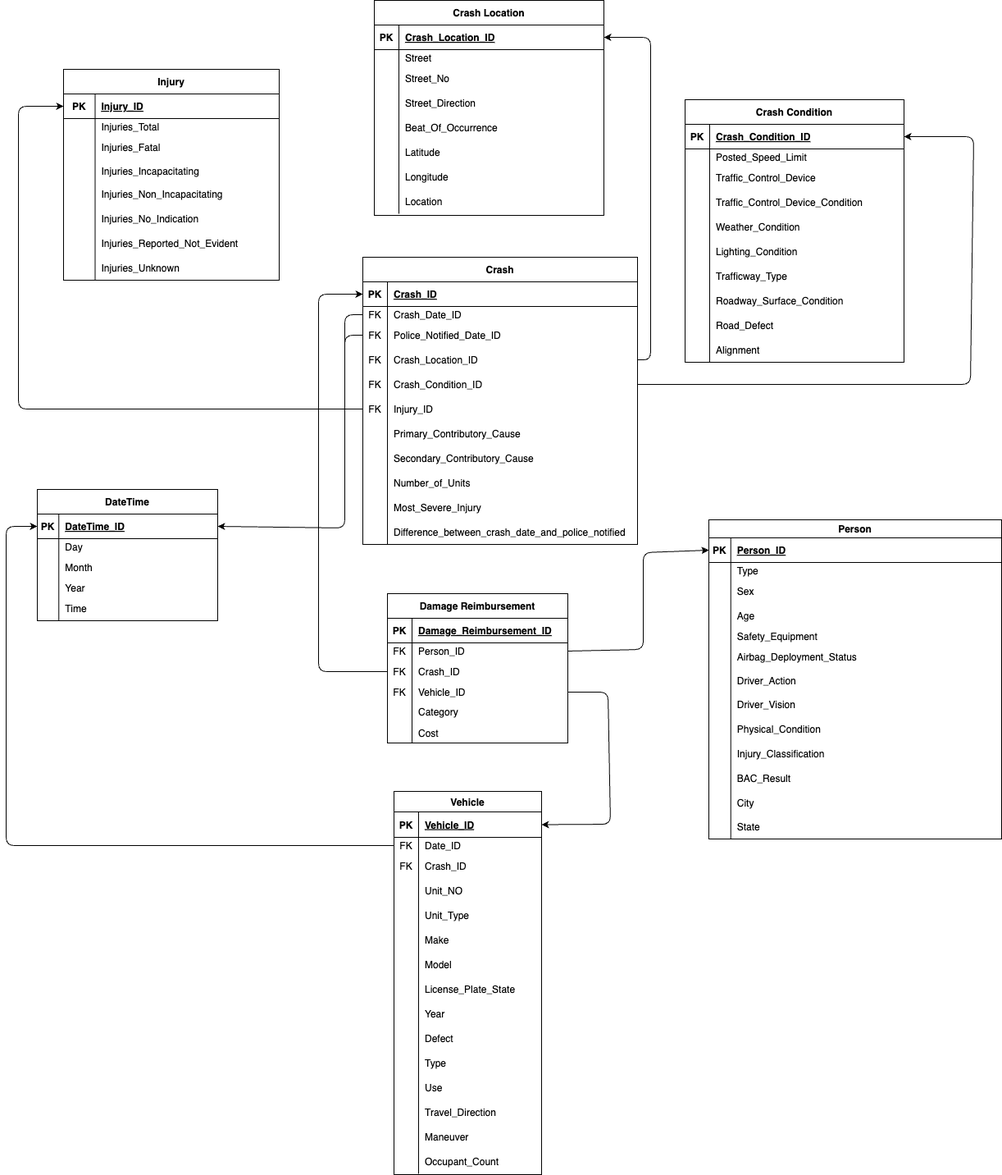
Before: Data Warehouse Schema/DW Schema.png, a diagram exported from draw.io (SaraHoxha/lds-dw-modelling). Source tidied: cells renumbered, new cells last; positions are measured from the earlier drawing's top-left corner, leaving out a move shared by most shapes.
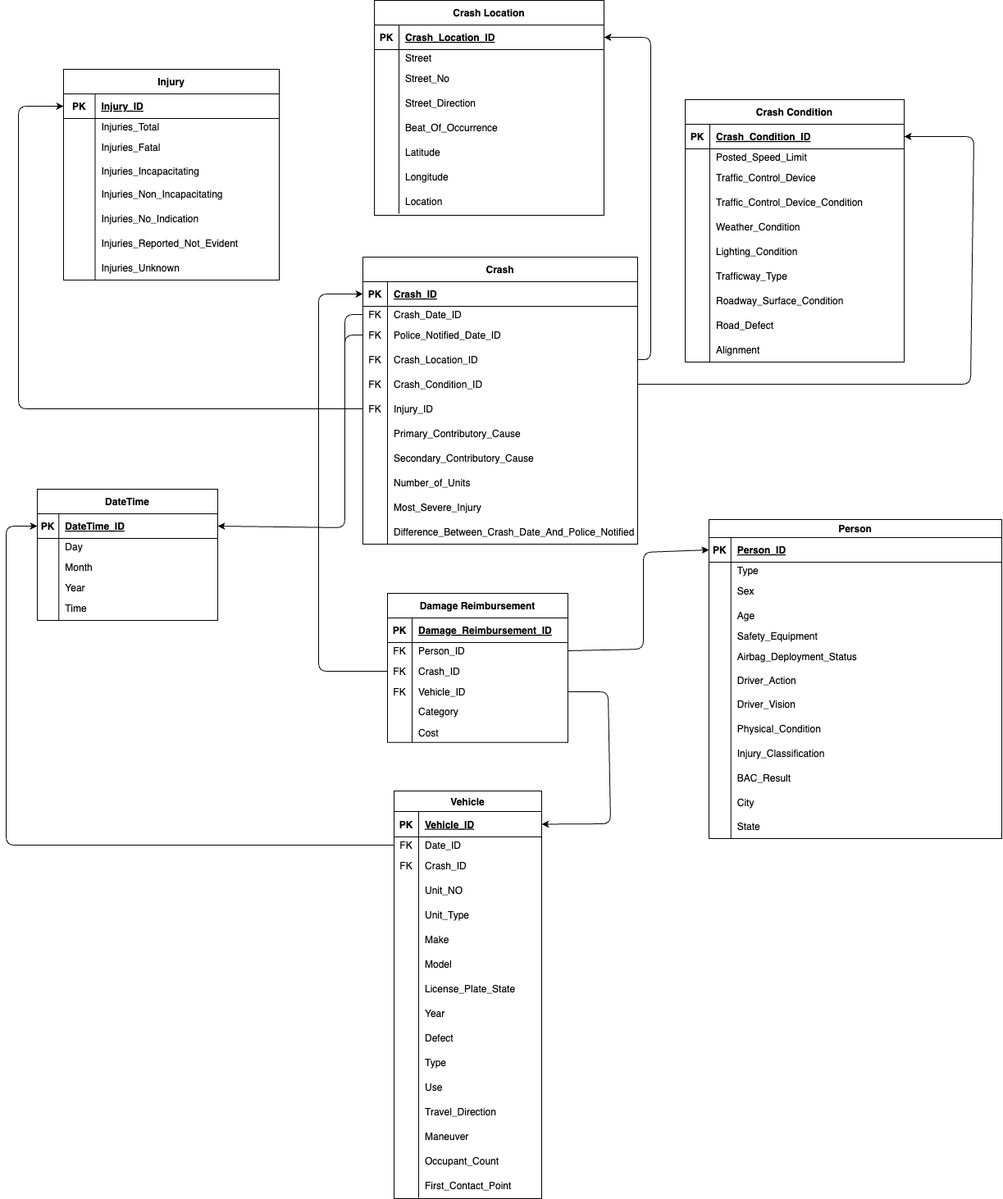
The same diagram one commit later.

Diff of the diagram source:
```diff
@@ -216,7 +216,7 @@
       <mxGeometry x="30" width="237" height="30" as="geometry" />
     </mxCell>
     <mxCell id="73" value="Damage Reimbursement" style="shape=table;startSize=30;rowLines=0;fontStyle=1;align=center;" parent="1" vertex="1">
-      <mxGeometry x="465" y="723" width="220" height="182" as="geometry" />
+      <mxGeometry x="465" y="723" width="220" height="181.8" as="geometry" />
     </mxCell>
     <mxCell id="74" style="shape=tableRow;horizontal=0;startSize=0;swimlaneHead=0;swimlaneBody=0;fillColor=none;top=0;left=0;right=0;bottom=1;" parent="73" vertex="1">
       <mxGeometry y="30" width="220" height="30" as="geometry" />
@@ -273,7 +273,7 @@
       <mxGeometry x="30" width="190" height="25" as="geometry" />
     </mxCell>
     <mxCell id="92" value="Vehicle" style="shape=table;startSize=25;rowLines=0;fontStyle=1;align=center;" parent="1" vertex="1">
-      <mxGeometry x="473" y="964" width="180" height="467" as="geometry" />
+      <mxGeometry x="473" y="964" width="180" height="497" as="geometry" />
     </mxCell>
     <mxCell id="93" style="shape=tableRow;horizontal=0;startSize=0;swimlaneHead=0;swimlaneBody=0;fillColor=none;points=[[0,0.5],[1,0.5]];portConstraint=eastwest;top=0;left=0;right=0;bottom=1;" parent="92" vertex="1">
       <mxGeometry y="25" width="180" height="31" as="geometry" />
@@ -410,6 +410,15 @@
     <mxCell id="137" value="Occupant_Count" style="shape=partialRectangle;fillColor=none;top=0;left=0;bottom=0;right=0;align=left;spacingLeft=6;overflow=hidden;" parent="135" vertex="1">
       <mxGeometry x="30" width="150" height="30" as="geometry" />
     </mxCell>
+    <mxCell id="247" style="shape=tableRow;horizontal=0;startSize=0;swimlaneHead=0;swimlaneBody=0;fillColor=none;top=0;left=0;right=0;bottom=0;" parent="92" vertex="1">
+      <mxGeometry y="466" width="180" height="30" as="geometry" />
+    </mxCell>
+    <mxCell id="248" style="shape=partialRectangle;fillColor=none;top=0;left=0;bottom=0;right=0;overflow=hidden;" parent="247" vertex="1">
+      <mxGeometry width="30" height="30" as="geometry" />
+    </mxCell>
+    <mxCell id="249" value="First_Contact_Point" style="shape=partialRectangle;fillColor=none;top=0;left=0;bottom=0;right=0;align=left;spacingLeft=6;overflow=hidden;" parent="247" vertex="1">
+      <mxGeometry x="30" width="150" height="30" as="geometry" />
+    </mxCell>
     <mxCell id="138" value="Crash" style="shape=table;startSize=30;rowLines=0;fontStyle=1;align=center;" parent="1" vertex="1">
       <mxGeometry x="435" y="313" width="335" height="350" as="geometry" />
     </mxCell>
@@ -509,7 +518,7 @@
     <mxCell id="170" style="shape=partialRectangle;fillColor=none;top=0;left=0;bottom=0;right=0;overflow=hidden;" parent="169" vertex="1">
       <mxGeometry width="30" height="30" as="geometry" />
     </mxCell>
-    <mxCell id="171" value="Difference_between_crash_date_and_police_notified" style="shape=partialRectangle;fillColor=none;top=0;left=0;bottom=0;right=0;align=left;spacingLeft=6;overflow=hidden;" parent="169" vertex="1">
+    <mxCell id="171" value="Difference_Between_Crash_Date_And_Police_Notified" style="shape=partialRectangle;fillColor=none;top=0;left=0;bottom=0;right=0;align=left;spacingLeft=6;overflow=hidden;" parent="169" vertex="1">
       <mxGeometry x="30" width="305" height="30" as="geometry" />
     </mxCell>
     <mxCell id="172" value="Injury" style="shape=table;startSize=30;rowLines=0;fontStyle=1;align=center;" parent="1" vertex="1">
```
